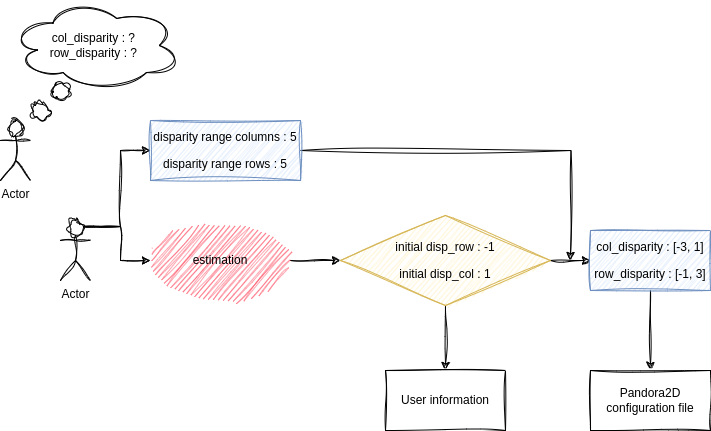
CNES/Pandora2D keeps this draw.io diagram as docs/source/Images/estimation_schema.png. Above is the earlier version. Source tidied: cells renumbered, new cells last; positions are measured from the earlier drawing's top-left corner, leaving out a move shared by most shapes. The source it was exported from:
```xml
<mxGraphModel>
  <root>
    <mxCell id="0" />
    <mxCell id="1" parent="0" />
    <mxCell id="2" value="Actor" style="shape=umlActor;verticalLabelPosition=bottom;verticalAlign=top;html=1;sketch=1;curveFitting=1;jiggle=2;" parent="1" vertex="1">
      <mxGeometry y="120" width="30" height="60" as="geometry" />
    </mxCell>
    <mxCell id="3" value="col_disparity : ?&amp;nbsp;&lt;br&gt;row_disparity : ?&amp;nbsp;" style="ellipse;shape=cloud;whiteSpace=wrap;html=1;sketch=1;curveFitting=1;jiggle=2;" parent="1" vertex="1">
      <mxGeometry x="10" width="170" height="90" as="geometry" />
    </mxCell>
    <mxCell id="4" style="ellipse;shape=cloud;whiteSpace=wrap;html=1;sketch=1;curveFitting=1;jiggle=2;" parent="1" vertex="1">
      <mxGeometry x="50" y="80" width="20" height="20" as="geometry" />
    </mxCell>
    <mxCell id="5" style="ellipse;shape=cloud;whiteSpace=wrap;html=1;sketch=1;curveFitting=1;jiggle=2;" parent="1" vertex="1">
      <mxGeometry x="30" y="100" width="20" height="20" as="geometry" />
    </mxCell>
    <mxCell id="6" style="edgeStyle=orthogonalEdgeStyle;rounded=0;jettySize=auto;html=1;exitX=0.75;exitY=0.1;exitDx=0;exitDy=0;exitPerimeter=0;entryX=0;entryY=0.5;entryDx=0;entryDy=0;sketch=1;curveFitting=1;jiggle=2;" parent="1" edge="1" source="8" target="10">
      <mxGeometry relative="1" as="geometry" />
    </mxCell>
    <mxCell id="7" style="edgeStyle=orthogonalEdgeStyle;rounded=0;jettySize=auto;html=1;exitX=0.75;exitY=0.1;exitDx=0;exitDy=0;exitPerimeter=0;sketch=1;curveFitting=1;jiggle=2;" parent="1" edge="1" source="8" target="12">
      <mxGeometry relative="1" as="geometry" />
    </mxCell>
    <mxCell id="8" value="Actor" style="shape=umlActor;verticalLabelPosition=bottom;verticalAlign=top;html=1;outlineConnect=0;sketch=1;curveFitting=1;jiggle=2;" parent="1" vertex="1">
      <mxGeometry x="60" y="220" width="30" height="60" as="geometry" />
    </mxCell>
    <mxCell id="9" style="edgeStyle=orthogonalEdgeStyle;rounded=0;jettySize=auto;html=1;sketch=1;curveFitting=1;jiggle=2;" parent="1" edge="1" source="10">
      <mxGeometry relative="1" as="geometry">
        <mxPoint x="570" y="260" as="targetPoint" />
      </mxGeometry>
    </mxCell>
    <mxCell id="10" value="&lt;p&gt;disparity range columns : 5&lt;/p&gt;&lt;p&gt;&lt;span style=&quot;background-color: transparent;&quot;&gt;disparity range rows : 5&lt;/span&gt;&lt;/p&gt;" style="rounded=0;whiteSpace=wrap;html=1;sketch=1;curveFitting=1;jiggle=2;fillColor=#dae8fc;strokeColor=#6c8ebf;" parent="1" vertex="1">
      <mxGeometry x="150" y="120" width="150" height="60" as="geometry" />
    </mxCell>
    <mxCell id="11" style="edgeStyle=orthogonalEdgeStyle;rounded=0;jettySize=auto;html=1;sketch=1;curveFitting=1;jiggle=2;" parent="1" edge="1" source="12" target="15">
      <mxGeometry relative="1" as="geometry" />
    </mxCell>
    <mxCell id="12" value="estimation" style="ellipse;whiteSpace=wrap;html=1;fillColor=#ff4f64;strokeColor=none;sketch=1;curveFitting=1;jiggle=2;" parent="1" vertex="1">
      <mxGeometry x="150" y="220" width="140" height="80" as="geometry" />
    </mxCell>
    <mxCell id="13" style="edgeStyle=orthogonalEdgeStyle;rounded=0;jettySize=auto;html=1;sketch=1;curveFitting=1;jiggle=2;" parent="1" edge="1" source="15" target="17">
      <mxGeometry relative="1" as="geometry" />
    </mxCell>
    <mxCell id="14" style="edgeStyle=orthogonalEdgeStyle;rounded=0;jettySize=auto;html=1;sketch=1;curveFitting=1;jiggle=2;" parent="1" edge="1" source="15" target="18">
      <mxGeometry relative="1" as="geometry" />
    </mxCell>
    <mxCell id="15" value="&lt;p&gt;initial disp_row : -1&lt;/p&gt;&lt;p&gt;initial disp_col : 1&lt;/p&gt;" style="rhombus;whiteSpace=wrap;html=1;sketch=1;curveFitting=1;jiggle=2;fillColor=#fff2cc;strokeColor=#d6b656;" parent="1" vertex="1">
      <mxGeometry x="340" y="215" width="210" height="90" as="geometry" />
    </mxCell>
    <mxCell id="16" style="edgeStyle=orthogonalEdgeStyle;rounded=0;jettySize=auto;html=1;sketch=1;curveFitting=1;jiggle=2;" parent="1" edge="1" source="17" target="19">
      <mxGeometry relative="1" as="geometry" />
    </mxCell>
    <mxCell id="17" value="&lt;p&gt;col_disparity : [-3, 1]&lt;/p&gt;&lt;p&gt;row_disparity : [-1, 3]&lt;/p&gt;" style="whiteSpace=wrap;html=1;sketch=1;curveFitting=1;jiggle=2;fillColor=#dae8fc;strokeColor=#6c8ebf;" parent="1" vertex="1">
      <mxGeometry x="590" y="230" width="120" height="60" as="geometry" />
    </mxCell>
    <mxCell id="18" value="User information" style="whiteSpace=wrap;html=1;sketch=1;curveFitting=1;jiggle=2;" parent="1" vertex="1">
      <mxGeometry x="385" y="370" width="120" height="60" as="geometry" />
    </mxCell>
    <mxCell id="19" value="Pandora2D configuration file" style="whiteSpace=wrap;html=1;sketch=1;curveFitting=1;jiggle=2;" parent="1" vertex="1">
      <mxGeometry x="590" y="370" width="120" height="60" as="geometry" />
    </mxCell>
  </root>
</mxGraphModel>
```
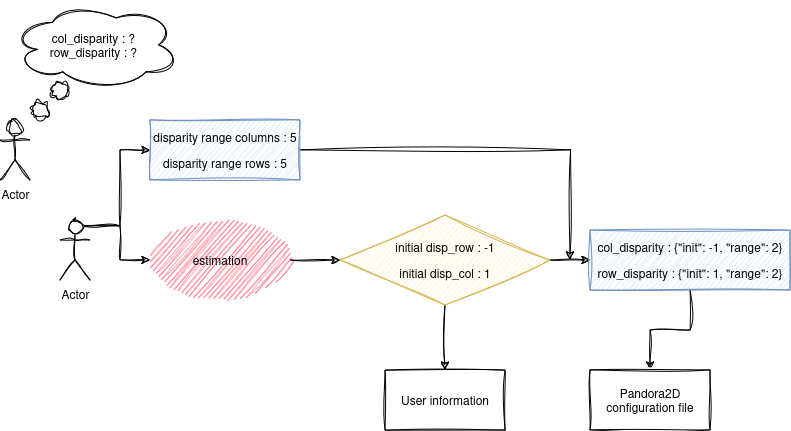
Later version of the same file.

Commit message:
doc: Add the variable initial disparity in the doc

Diff of the diagram source:
```diff
@@ -23,11 +23,11 @@
     <mxCell id="8" value="Actor" style="shape=umlActor;verticalLabelPosition=bottom;verticalAlign=top;html=1;outlineConnect=0;sketch=1;curveFitting=1;jiggle=2;" parent="1" vertex="1">
       <mxGeometry x="60" y="220" width="30" height="60" as="geometry" />
     </mxCell>
-    <mxCell id="9" style="edgeStyle=orthogonalEdgeStyle;rounded=0;jettySize=auto;html=1;sketch=1;curveFitting=1;jiggle=2;" parent="1" edge="1" source="10">
-      <mxGeometry relative="1" as="geometry">
-        <mxPoint x="570" y="260" as="targetPoint" />
-      </mxGeometry>
-    </mxCell>
+    <mxCell id="20" style="edgeStyle=orthogonalEdgeStyle;rounded=0;jettySize=auto;html=1;sketch=1;curveFitting=1;jiggle=2;" parent="1" edge="1" source="10">
+      <mxGeometry relative="1" as="geometry">
+        <mxPoint x="570" y="260" as="targetPoint" />
+      </mxGeometry>
+    </mxCell>
     <mxCell id="10" value="&lt;p&gt;disparity range columns : 5&lt;/p&gt;&lt;p&gt;&lt;span style=&quot;background-color: transparent;&quot;&gt;disparity range rows : 5&lt;/span&gt;&lt;/p&gt;" style="rounded=0;whiteSpace=wrap;html=1;sketch=1;curveFitting=1;jiggle=2;fillColor=#dae8fc;strokeColor=#6c8ebf;" parent="1" vertex="1">
       <mxGeometry x="150" y="120" width="150" height="60" as="geometry" />
     </mxCell>
@@ -37,21 +37,21 @@
     <mxCell id="12" value="estimation" style="ellipse;whiteSpace=wrap;html=1;fillColor=#ff4f64;strokeColor=none;sketch=1;curveFitting=1;jiggle=2;" parent="1" vertex="1">
       <mxGeometry x="150" y="220" width="140" height="80" as="geometry" />
     </mxCell>
-    <mxCell id="13" style="edgeStyle=orthogonalEdgeStyle;rounded=0;jettySize=auto;html=1;sketch=1;curveFitting=1;jiggle=2;" parent="1" edge="1" source="15" target="17">
-      <mxGeometry relative="1" as="geometry" />
-    </mxCell>
+    <mxCell id="21" style="edgeStyle=orthogonalEdgeStyle;rounded=0;jettySize=auto;html=1;sketch=1;curveFitting=1;jiggle=2;" parent="1" edge="1" source="15" target="23">
+      <mxGeometry relative="1" as="geometry" />
+    </mxCell>
     <mxCell id="14" style="edgeStyle=orthogonalEdgeStyle;rounded=0;jettySize=auto;html=1;sketch=1;curveFitting=1;jiggle=2;" parent="1" edge="1" source="15" target="18">
       <mxGeometry relative="1" as="geometry" />
     </mxCell>
     <mxCell id="15" value="&lt;p&gt;initial disp_row : -1&lt;/p&gt;&lt;p&gt;initial disp_col : 1&lt;/p&gt;" style="rhombus;whiteSpace=wrap;html=1;sketch=1;curveFitting=1;jiggle=2;fillColor=#fff2cc;strokeColor=#d6b656;" parent="1" vertex="1">
       <mxGeometry x="340" y="215" width="210" height="90" as="geometry" />
     </mxCell>
-    <mxCell id="16" style="edgeStyle=orthogonalEdgeStyle;rounded=0;jettySize=auto;html=1;sketch=1;curveFitting=1;jiggle=2;" parent="1" edge="1" source="17" target="19">
-      <mxGeometry relative="1" as="geometry" />
-    </mxCell>
-    <mxCell id="17" value="&lt;p&gt;col_disparity : [-3, 1]&lt;/p&gt;&lt;p&gt;row_disparity : [-1, 3]&lt;/p&gt;" style="whiteSpace=wrap;html=1;sketch=1;curveFitting=1;jiggle=2;fillColor=#dae8fc;strokeColor=#6c8ebf;" parent="1" vertex="1">
-      <mxGeometry x="590" y="230" width="120" height="60" as="geometry" />
-    </mxCell>
+    <mxCell id="22" style="edgeStyle=orthogonalEdgeStyle;rounded=0;jettySize=auto;html=1;sketch=1;curveFitting=1;jiggle=2;" parent="1" edge="1" source="23" target="19">
+      <mxGeometry relative="1" as="geometry" />
+    </mxCell>
+    <mxCell id="23" value="&lt;p&gt;col_disparity : {&quot;init&quot;: -1, &quot;range&quot;: 2}&lt;br&gt;&lt;/p&gt;&lt;p&gt;row_disparity : {&quot;init&quot;: 1, &quot;range&quot;: 2}&lt;/p&gt;" style="whiteSpace=wrap;html=1;sketch=1;curveFitting=1;jiggle=2;fillColor=#dae8fc;strokeColor=#6c8ebf;" parent="1" vertex="1">
+      <mxGeometry x="590" y="230" width="200" height="60" as="geometry" />
+    </mxCell>
     <mxCell id="18" value="User information" style="whiteSpace=wrap;html=1;sketch=1;curveFitting=1;jiggle=2;" parent="1" vertex="1">
       <mxGeometry x="385" y="370" width="120" height="60" as="geometry" />
     </mxCell>
```
